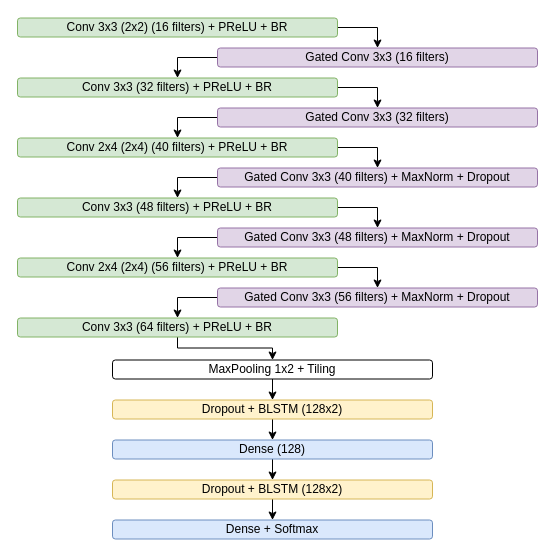
Before: doc/arch/flor/flor.drawio in arthurflor23/handwritten-text-recognition, a draw.io diagram. Source tidied: cells renumbered, new cells numbered last; positions are measured from the earlier drawing's top-left corner, leaving out a move shared by most shapes. Both pictures are drawn from the tidied source at 100%, with x=0, y=0 at pixel (17, 17).
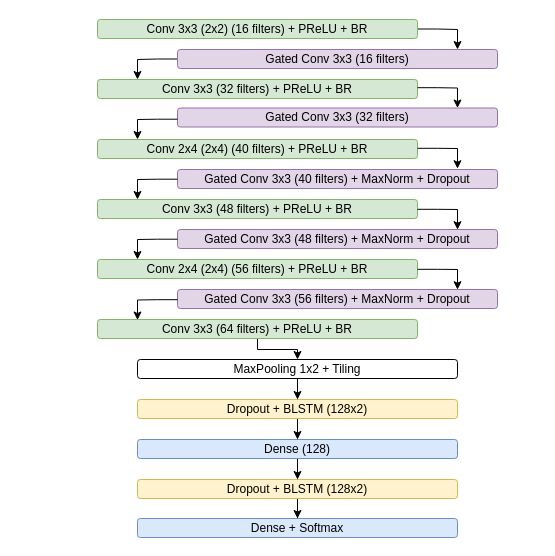
Above is the later version.

What changed in the source:
```diff
@@
-    <mxCell id="2" style="edgeStyle=orthogonalEdgeStyle;rounded=0;jettySize=auto;html=1;entryX=0.5;entryY=0;entryDx=0;entryDy=0;" parent="1" edge="1" source="3" target="7">
-      <mxGeometry relative="1" as="geometry">
-        <Array as="points">
-          <mxPoint x="360" y="130.5" />
-        </Array>
-      </mxGeometry>
-    </mxCell>
     <mxCell id="3" value="Conv 2x4 (2x4) (40 filters)&amp;nbsp;+ PReLU + BR" style="rounded=1;whiteSpace=wrap;html=1;fillColor=#d5e8d4;strokeColor=#82b366;" parent="1" vertex="1">
-      <mxGeometry y="120.5" width="320" height="19" as="geometry" />
+      <mxGeometry x="80" y="122" width="320" height="19" as="geometry" />
     </mxCell>
-    <mxCell id="4" style="edgeStyle=orthogonalEdgeStyle;rounded=0;jettySize=auto;html=1;entryX=0.5;entryY=0;entryDx=0;entryDy=0;" parent="1" edge="1" source="5" target="9">
-      <mxGeometry relative="1" as="geometry">
-        <Array as="points">
-          <mxPoint x="360" y="190.5" />
-        </Array>
-      </mxGeometry>
-    </mxCell>
     <mxCell id="5" value="Conv 3x3 (48 filters)&amp;nbsp;+ PReLU + BR" style="rounded=1;whiteSpace=wrap;html=1;fillColor=#d5e8d4;strokeColor=#82b366;" parent="1" vertex="1">
-      <mxGeometry y="180.5" width="320" height="19" as="geometry" />
+      <mxGeometry x="80" y="182" width="320" height="19" as="geometry" />
     </mxCell>
-    <mxCell id="6" style="edgeStyle=orthogonalEdgeStyle;rounded=0;jettySize=auto;html=1;entryX=0.5;entryY=0;entryDx=0;entryDy=0;" parent="1" edge="1" source="7" target="5">
-      <mxGeometry relative="1" as="geometry">
-        <Array as="points">
-          <mxPoint x="160" y="160.5" />
-        </Array>
-      </mxGeometry>
-    </mxCell>
-    <mxCell id="7" value="Gated Conv 3x3 (40 filters)&amp;nbsp;+ MaxNorm + Dropout&lt;br&gt;" style="rounded=1;whiteSpace=wrap;html=1;fillColor=#e1d5e7;strokeColor=#9673a6;" parent="1" vertex="1">
-      <mxGeometry x="200" y="150.5" width="320" height="19" as="geometry" />
-    </mxCell>
-    <mxCell id="8" style="edgeStyle=orthogonalEdgeStyle;rounded=0;jettySize=auto;html=1;entryX=0.5;entryY=0;entryDx=0;entryDy=0;" parent="1" edge="1" source="9" target="11">
-      <mxGeometry relative="1" as="geometry">
-        <Array as="points">
-          <mxPoint x="160" y="220.5" />
-        </Array>
-      </mxGeometry>
-    </mxCell>
     <mxCell id="9" value="Gated Conv 3x3 (48 filters)&amp;nbsp;+ MaxNorm + Dropout" style="rounded=1;whiteSpace=wrap;html=1;fillColor=#e1d5e7;strokeColor=#9673a6;" parent="1" vertex="1">
-      <mxGeometry x="200" y="210.5" width="320" height="19" as="geometry" />
+      <mxGeometry x="160" y="212" width="320" height="19" as="geometry" />
     </mxCell>
-    <mxCell id="10" style="edgeStyle=orthogonalEdgeStyle;rounded=0;jettySize=auto;html=1;entryX=0.5;entryY=0;entryDx=0;entryDy=0;" parent="1" edge="1" source="11" target="24">
-      <mxGeometry relative="1" as="geometry">
-        <Array as="points">
-          <mxPoint x="360" y="250.5" />
-        </Array>
-      </mxGeometry>
-    </mxCell>
     <mxCell id="11" value="Conv 2x4 (2x4) (56 filters)&amp;nbsp;+ PReLU + BR" style="rounded=1;whiteSpace=wrap;html=1;fillColor=#d5e8d4;strokeColor=#82b366;" parent="1" vertex="1">
-      <mxGeometry y="240.5" width="320" height="19" as="geometry" />
+      <mxGeometry x="80" y="242" width="320" height="19" as="geometry" />
     </mxCell>
     <mxCell id="12" style="edgeStyle=orthogonalEdgeStyle;rounded=0;jettySize=auto;html=1;entryX=0.5;entryY=0;entryDx=0;entryDy=0;" parent="1" edge="1" source="13" target="15">
       <mxGeometry relative="1" as="geometry">
         <Array as="points">
-          <mxPoint x="160" y="330.5" />
-          <mxPoint x="255" y="330.5" />
+          <mxPoint x="240" y="332" />
+          <mxPoint x="280" y="332" />
         </Array>
       </mxGeometry>
     </mxCell>
     <mxCell id="13" value="Conv 3x3 (64 filters)&amp;nbsp;+ PReLU + BR" style="rounded=1;whiteSpace=wrap;html=1;fillColor=#d5e8d4;strokeColor=#82b366;" parent="1" vertex="1">
-      <mxGeometry y="300.5" width="320" height="19" as="geometry" />
+      <mxGeometry x="80" y="302" width="320" height="19" as="geometry" />
     </mxCell>
@@
     <mxCell id="15" value="MaxPooling 1x2 + Tiling" style="rounded=1;whiteSpace=wrap;html=1;" parent="1" vertex="1">
-      <mxGeometry x="95" y="342.5" width="320" height="19" as="geometry" />
+      <mxGeometry x="120" y="342" width="320" height="19" as="geometry" />
     </mxCell>
@@
     <mxCell id="17" value="Dropout + BLSTM (128x2)" style="rounded=1;whiteSpace=wrap;html=1;fillColor=#fff2cc;strokeColor=#d6b656;" parent="1" vertex="1">
-      <mxGeometry x="95" y="382.5" width="320" height="19" as="geometry" />
+      <mxGeometry x="120" y="382" width="320" height="19" as="geometry" />
     </mxCell>
@@
     <mxCell id="19" value="Dense (128)" style="rounded=1;whiteSpace=wrap;html=1;fillColor=#dae8fc;strokeColor=#6c8ebf;" parent="1" vertex="1">
-      <mxGeometry x="95" y="422.5" width="320" height="19" as="geometry" />
+      <mxGeometry x="120" y="422" width="320" height="19" as="geometry" />
     </mxCell>
@@
     <mxCell id="21" value="Dropout +&amp;nbsp;BLSTM (128x2)" style="rounded=1;whiteSpace=wrap;html=1;fillColor=#fff2cc;strokeColor=#d6b656;" parent="1" vertex="1">
-      <mxGeometry x="95" y="462.5" width="320" height="19" as="geometry" />
+      <mxGeometry x="120" y="462" width="320" height="19" as="geometry" />
     </mxCell>
     <mxCell id="22" value="Dense + Softmax" style="rounded=1;whiteSpace=wrap;html=1;fillColor=#dae8fc;strokeColor=#6c8ebf;" parent="1" vertex="1">
-      <mxGeometry x="95" y="502.5" width="320" height="19" as="geometry" />
+      <mxGeometry x="120" y="501" width="320" height="19" as="geometry" />
     </mxCell>
-    <mxCell id="23" style="edgeStyle=orthogonalEdgeStyle;rounded=0;jettySize=auto;html=1;entryX=0.5;entryY=0;entryDx=0;entryDy=0;" parent="1" edge="1" source="24" target="13">
-      <mxGeometry relative="1" as="geometry">
-        <Array as="points">
-          <mxPoint x="160" y="280.5" />
-        </Array>
-      </mxGeometry>
-    </mxCell>
     <mxCell id="24" value="Gated Conv 3x3 (56 filters) + MaxNorm + Dropout" style="rounded=1;whiteSpace=wrap;html=1;fillColor=#e1d5e7;strokeColor=#9673a6;" parent="1" vertex="1">
-      <mxGeometry x="200" y="270.5" width="320" height="19" as="geometry" />
+      <mxGeometry x="160" y="272" width="320" height="19" as="geometry" />
     </mxCell>
-    <mxCell id="25" style="edgeStyle=orthogonalEdgeStyle;rounded=0;jettySize=auto;html=1;entryX=0.5;entryY=0;entryDx=0;entryDy=0;" parent="1" edge="1" source="26" target="28">
-      <mxGeometry relative="1" as="geometry">
-        <Array as="points">
-          <mxPoint x="360" y="70.5" />
-        </Array>
-      </mxGeometry>
-    </mxCell>
     <mxCell id="26" value="Conv 3x3&amp;nbsp;(32 filters)&amp;nbsp;+ PReLU + BR" style="rounded=1;whiteSpace=wrap;html=1;fillColor=#d5e8d4;strokeColor=#82b366;" parent="1" vertex="1">
-      <mxGeometry y="60.5" width="320" height="19" as="geometry" />
+      <mxGeometry x="80" y="62" width="320" height="19" as="geometry" />
     </mxCell>
-    <mxCell id="27" style="edgeStyle=orthogonalEdgeStyle;rounded=0;jettySize=auto;html=1;entryX=0.5;entryY=0;entryDx=0;entryDy=0;" parent="1" edge="1" source="28" target="3">
-      <mxGeometry relative="1" as="geometry">
-        <Array as="points">
-          <mxPoint x="160" y="100.5" />
-        </Array>
-      </mxGeometry>
-    </mxCell>
     <mxCell id="28" value="Gated Conv 3x3 (32 filters)" style="rounded=1;whiteSpace=wrap;html=1;fillColor=#e1d5e7;strokeColor=#9673a6;" parent="1" vertex="1">
-      <mxGeometry x="200" y="90.5" width="320" height="19" as="geometry" />
+      <mxGeometry x="160" y="90.5" width="320" height="19" as="geometry" />
     </mxCell>
-    <mxCell id="29" style="edgeStyle=orthogonalEdgeStyle;rounded=0;jettySize=auto;html=1;entryX=0.5;entryY=0;entryDx=0;entryDy=0;" parent="1" edge="1" source="30" target="32">
+    <mxCell id="29" style="edgeStyle=orthogonalEdgeStyle;rounded=0;jettySize=auto;html=1;entryX=0.875;entryY=0;entryDx=0;entryDy=0;entryPerimeter=0;" parent="1" edge="1" source="30" target="32">
       <mxGeometry relative="1" as="geometry">
         <Array as="points">
-          <mxPoint x="360" y="10.5" />
+          <mxPoint x="420" y="12" />
+          <mxPoint x="440" y="12" />
         </Array>
       </mxGeometry>
     </mxCell>
     <mxCell id="30" value="Conv 3x3 (2x2) (16 filters) + PReLU + BR" style="rounded=1;whiteSpace=wrap;html=1;fillColor=#d5e8d4;strokeColor=#82b366;" parent="1" vertex="1">
-      <mxGeometry y="0.5" width="320" height="19" as="geometry" />
+      <mxGeometry x="80" y="2" width="320" height="19" as="geometry" />
     </mxCell>
-    <mxCell id="31" style="edgeStyle=orthogonalEdgeStyle;rounded=0;jettySize=auto;html=1;entryX=0.5;entryY=0;entryDx=0;entryDy=0;" parent="1" edge="1" source="32" target="26">
+    <mxCell id="31" style="edgeStyle=orthogonalEdgeStyle;rounded=0;jettySize=auto;html=1;entryX=0.125;entryY=0;entryDx=0;entryDy=0;entryPerimeter=0;" parent="1" edge="1" source="32" target="26">
       <mxGeometry relative="1" as="geometry">
         <Array as="points">
-          <mxPoint x="160" y="40.5" />
+          <mxPoint x="140" y="42" />
+          <mxPoint x="120" y="42" />
         </Array>
       </mxGeometry>
     </mxCell>
     <mxCell id="32" value="Gated Conv 3x3 (16 filters)" style="rounded=1;whiteSpace=wrap;html=1;fillColor=#e1d5e7;strokeColor=#9673a6;" parent="1" vertex="1">
-      <mxGeometry x="200" y="30.5" width="320" height="19" as="geometry" />
+      <mxGeometry x="160" y="32" width="320" height="19" as="geometry" />
     </mxCell>
+    <mxCell id="7" value="Gated Conv 3x3 (40 filters)&amp;nbsp;+ MaxNorm + Dropout" style="rounded=1;whiteSpace=wrap;html=1;fillColor=#e1d5e7;strokeColor=#9673a6;" parent="1" vertex="1">
+      <mxGeometry x="160" y="152" width="320" height="19" as="geometry" />
+    </mxCell>
+    <mxCell id="33" style="edgeStyle=orthogonalEdgeStyle;rounded=0;orthogonalLoop=1;jettySize=auto;html=1;entryX=0.875;entryY=0;entryDx=0;entryDy=0;entryPerimeter=0;" parent="1" edge="1">
+      <mxGeometry relative="1" as="geometry">
+        <mxPoint x="400" y="70.2" as="sourcePoint" />
+        <mxPoint x="440" y="90.5" as="targetPoint" />
+        <Array as="points">
+          <mxPoint x="420" y="70.5" />
+          <mxPoint x="440" y="70.5" />
+        </Array>
+      </mxGeometry>
+    </mxCell>
+    <mxCell id="34" style="edgeStyle=orthogonalEdgeStyle;rounded=0;orthogonalLoop=1;jettySize=auto;html=1;entryX=0.875;entryY=0;entryDx=0;entryDy=0;entryPerimeter=0;" parent="1" edge="1">
+      <mxGeometry relative="1" as="geometry">
+        <mxPoint x="400" y="130.8" as="sourcePoint" />
+        <mxPoint x="440" y="151.2" as="targetPoint" />
+        <Array as="points">
+          <mxPoint x="420" y="131" />
+          <mxPoint x="440" y="131" />
+        </Array>
+      </mxGeometry>
+    </mxCell>
+    <mxCell id="35" style="edgeStyle=orthogonalEdgeStyle;rounded=0;orthogonalLoop=1;jettySize=auto;html=1;entryX=0.875;entryY=0;entryDx=0;entryDy=0;entryPerimeter=0;" parent="1" edge="1">
+      <mxGeometry relative="1" as="geometry">
+        <mxPoint x="400" y="191.8" as="sourcePoint" />
+        <mxPoint x="440" y="212.2" as="targetPoint" />
+        <Array as="points">
+          <mxPoint x="420" y="192" />
+          <mxPoint x="440" y="192" />
+        </Array>
+      </mxGeometry>
+    </mxCell>
+    <mxCell id="36" style="edgeStyle=orthogonalEdgeStyle;rounded=0;orthogonalLoop=1;jettySize=auto;html=1;entryX=0.875;entryY=0;entryDx=0;entryDy=0;entryPerimeter=0;" parent="1" edge="1">
+      <mxGeometry relative="1" as="geometry">
+        <mxPoint x="400" y="251.8" as="sourcePoint" />
+        <mxPoint x="440" y="272.2" as="targetPoint" />
+        <Array as="points">
+          <mxPoint x="420" y="252" />
+          <mxPoint x="440" y="252" />
+        </Array>
+      </mxGeometry>
+    </mxCell>
+    <mxCell id="37" style="edgeStyle=orthogonalEdgeStyle;rounded=0;orthogonalLoop=1;jettySize=auto;html=1;entryX=0.125;entryY=0;entryDx=0;entryDy=0;entryPerimeter=0;" parent="1" edge="1">
+      <mxGeometry relative="1" as="geometry">
+        <mxPoint x="160" y="101.7" as="sourcePoint" />
+        <mxPoint x="120" y="122" as="targetPoint" />
+        <Array as="points">
+          <mxPoint x="140" y="102" />
+          <mxPoint x="120" y="102" />
+        </Array>
+      </mxGeometry>
+    </mxCell>
+    <mxCell id="38" style="edgeStyle=orthogonalEdgeStyle;rounded=0;orthogonalLoop=1;jettySize=auto;html=1;entryX=0.125;entryY=0;entryDx=0;entryDy=0;entryPerimeter=0;" parent="1" edge="1">
+      <mxGeometry relative="1" as="geometry">
+        <mxPoint x="160" y="161.7" as="sourcePoint" />
+        <mxPoint x="120" y="182" as="targetPoint" />
+        <Array as="points">
+          <mxPoint x="140" y="162" />
+          <mxPoint x="120" y="162" />
+        </Array>
+      </mxGeometry>
+    </mxCell>
+    <mxCell id="39" style="edgeStyle=orthogonalEdgeStyle;rounded=0;orthogonalLoop=1;jettySize=auto;html=1;entryX=0.125;entryY=0;entryDx=0;entryDy=0;entryPerimeter=0;" parent="1" edge="1">
+      <mxGeometry relative="1" as="geometry">
+        <mxPoint x="160" y="221.7" as="sourcePoint" />
+        <mxPoint x="120" y="242" as="targetPoint" />
+        <Array as="points">
+          <mxPoint x="140" y="222" />
+          <mxPoint x="120" y="222" />
+        </Array>
+      </mxGeometry>
+    </mxCell>
+    <mxCell id="40" style="edgeStyle=orthogonalEdgeStyle;rounded=0;orthogonalLoop=1;jettySize=auto;html=1;entryX=0.125;entryY=0;entryDx=0;entryDy=0;entryPerimeter=0;" parent="1" edge="1">
+      <mxGeometry relative="1" as="geometry">
+        <mxPoint x="160" y="282.2" as="sourcePoint" />
+        <mxPoint x="120" y="302.5" as="targetPoint" />
+        <Array as="points">
+          <mxPoint x="140" y="282.5" />
+          <mxPoint x="120" y="282.5" />
+        </Array>
+      </mxGeometry>
+    </mxCell>
```
